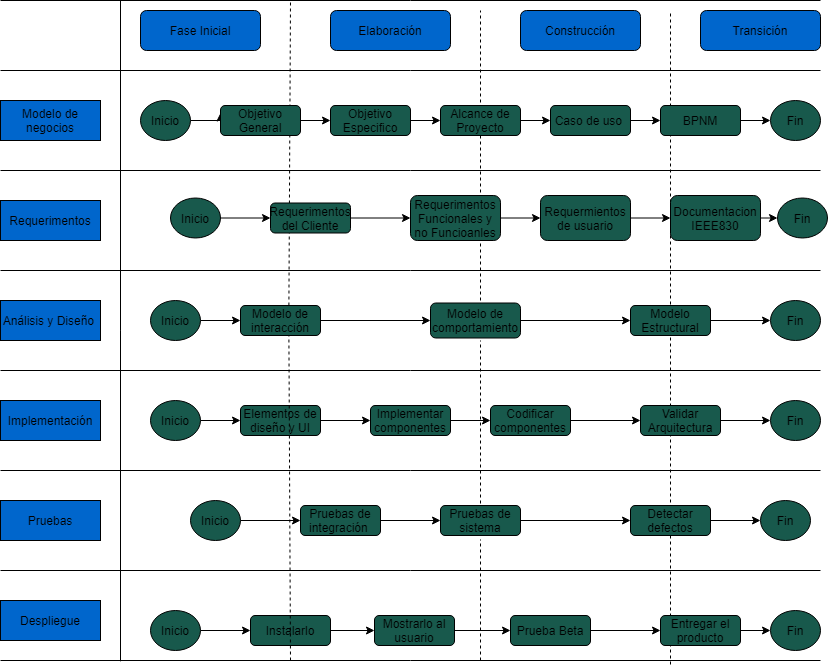
Earlier version of the draw.io export Diagramas/Diagrama2.drawio.png (GuillermoSoria97/Analisis_Avanzado_de_Software). Source tidied: cells renumbered, new cells last; positions are measured from the earlier drawing's top-left corner, leaving out a move shared by most shapes.
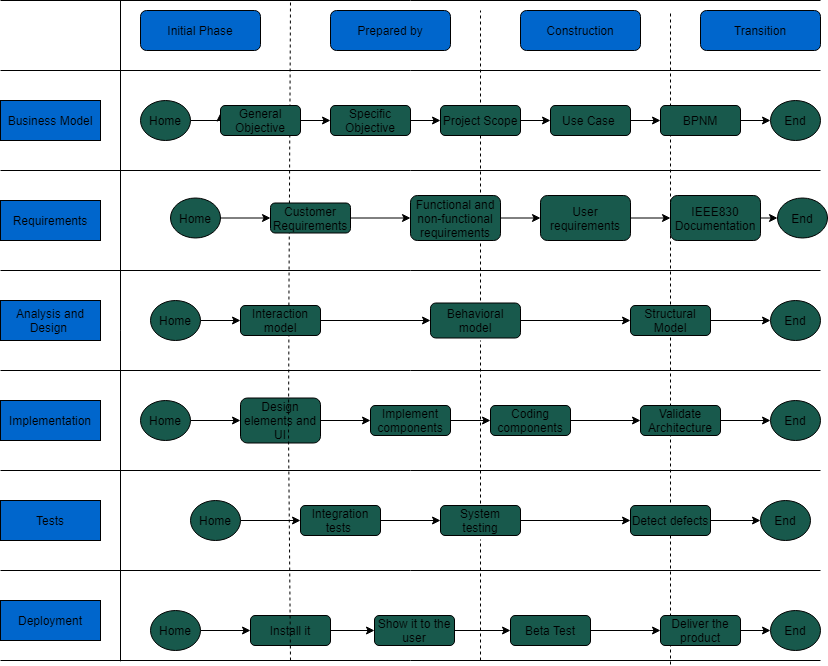
The same file after the commit.

Change to the diagram source:
```diff
@@ -4,30 +4,30 @@
     <mxCell id="1" parent="0" />
-    <mxCell id="2" value="Modelo de negocios" style="rounded=0;whiteSpace=wrap;html=1;fillColor=#0066CC;" parent="1" vertex="1">
+    <mxCell id="2" value="Business Model" style="rounded=0;whiteSpace=wrap;html=1;fillColor=#0066CC;" parent="1" vertex="1">
       <mxGeometry y="100" width="100" height="40" as="geometry" />
     </mxCell>
-    <mxCell id="3" value="Requerimentos" style="rounded=0;whiteSpace=wrap;html=1;fillColor=#0066CC;" parent="1" vertex="1">
+    <mxCell id="3" value="Requirements" style="rounded=0;whiteSpace=wrap;html=1;fillColor=#0066CC;" parent="1" vertex="1">
       <mxGeometry y="200" width="100" height="40" as="geometry" />
     </mxCell>
-    <mxCell id="4" value="Análisis y Diseño&amp;nbsp;" style="rounded=0;whiteSpace=wrap;html=1;fillColor=#0066CC;" parent="1" vertex="1">
+    <mxCell id="4" value="Analysis and Design&amp;nbsp;" style="rounded=0;whiteSpace=wrap;html=1;fillColor=#0066CC;" parent="1" vertex="1">
       <mxGeometry y="300" width="100" height="40" as="geometry" />
     </mxCell>
-    <mxCell id="5" value="Implementación" style="rounded=0;whiteSpace=wrap;html=1;fillColor=#0066CC;" parent="1" vertex="1">
+    <mxCell id="5" value="Implementation" style="rounded=0;whiteSpace=wrap;html=1;fillColor=#0066CC;" parent="1" vertex="1">
       <mxGeometry y="400" width="100" height="40" as="geometry" />
     </mxCell>
-    <mxCell id="6" value="Pruebas" style="rounded=0;whiteSpace=wrap;html=1;fillColor=#0066CC;" parent="1" vertex="1">
+    <mxCell id="6" value="Tests" style="rounded=0;whiteSpace=wrap;html=1;fillColor=#0066CC;" parent="1" vertex="1">
       <mxGeometry y="500" width="100" height="40" as="geometry" />
     </mxCell>
-    <mxCell id="7" value="Despliegue" style="rounded=0;whiteSpace=wrap;html=1;fillColor=#0066CC;" parent="1" vertex="1">
+    <mxCell id="7" value="Deployment" style="rounded=0;whiteSpace=wrap;html=1;fillColor=#0066CC;" parent="1" vertex="1">
       <mxGeometry y="600" width="100" height="40" as="geometry" />
     </mxCell>
-    <mxCell id="8" value="Fase Inicial" style="rounded=1;whiteSpace=wrap;html=1;fillColor=#0066CC;" parent="1" vertex="1">
+    <mxCell id="8" value="Initial Phase" style="rounded=1;whiteSpace=wrap;html=1;fillColor=#0066CC;" parent="1" vertex="1">
       <mxGeometry x="140" y="10" width="120" height="40" as="geometry" />
     </mxCell>
-    <mxCell id="9" value="Elaboración" style="rounded=1;whiteSpace=wrap;html=1;fillColor=#0066CC;" parent="1" vertex="1">
+    <mxCell id="9" value="Prepared by" style="rounded=1;whiteSpace=wrap;html=1;fillColor=#0066CC;" parent="1" vertex="1">
       <mxGeometry x="330" y="10" width="120" height="40" as="geometry" />
     </mxCell>
-    <mxCell id="10" value="Construcción" style="rounded=1;whiteSpace=wrap;html=1;fillColor=#0066CC;" parent="1" vertex="1">
+    <mxCell id="10" value="Construction" style="rounded=1;whiteSpace=wrap;html=1;fillColor=#0066CC;" parent="1" vertex="1">
       <mxGeometry x="520" y="10" width="120" height="40" as="geometry" />
     </mxCell>
-    <mxCell id="11" value="Transición" style="rounded=1;whiteSpace=wrap;html=1;fillColor=#0066CC;" parent="1" vertex="1">
+    <mxCell id="11" value="Transition" style="rounded=1;whiteSpace=wrap;html=1;fillColor=#0066CC;" parent="1" vertex="1">
       <mxGeometry x="700" y="10" width="120" height="40" as="geometry" />
@@ -54,3 +54,3 @@
     </mxCell>
-    <mxCell id="16" value="Inicio" style="ellipse;whiteSpace=wrap;html=1;fillColor=#18594C;" parent="1" vertex="1">
+    <mxCell id="16" value="Home" style="ellipse;whiteSpace=wrap;html=1;fillColor=#18594C;" parent="1" vertex="1">
       <mxGeometry x="140" y="100" width="50" height="40" as="geometry" />
@@ -60,3 +60,3 @@
     </mxCell>
-    <mxCell id="18" value="Objetivo General" style="rounded=1;whiteSpace=wrap;html=1;fillColor=#18594C;" parent="1" vertex="1">
+    <mxCell id="18" value="General Objective" style="rounded=1;whiteSpace=wrap;html=1;fillColor=#18594C;" parent="1" vertex="1">
       <mxGeometry x="220" y="105" width="80" height="30" as="geometry" />
@@ -66,3 +66,3 @@
     </mxCell>
-    <mxCell id="20" value="Objetivo Especifico" style="rounded=1;whiteSpace=wrap;html=1;fillColor=#18594C;" parent="1" vertex="1">
+    <mxCell id="20" value="Specific Objective" style="rounded=1;whiteSpace=wrap;html=1;fillColor=#18594C;" parent="1" vertex="1">
       <mxGeometry x="330" y="105" width="80" height="30" as="geometry" />
@@ -72,3 +72,3 @@
     </mxCell>
-    <mxCell id="22" value="Alcance de Proyecto" style="rounded=1;whiteSpace=wrap;html=1;fillColor=#18594C;" parent="1" vertex="1">
+    <mxCell id="22" value="Project Scope" style="rounded=1;whiteSpace=wrap;html=1;fillColor=#18594C;" parent="1" vertex="1">
       <mxGeometry x="440" y="105" width="80" height="30" as="geometry" />
@@ -78,3 +78,3 @@
     </mxCell>
-    <mxCell id="24" value="Caso de uso&amp;nbsp;" style="rounded=1;whiteSpace=wrap;html=1;fillColor=#18594C;" parent="1" vertex="1">
+    <mxCell id="24" value="Use Case&amp;nbsp;" style="rounded=1;whiteSpace=wrap;html=1;fillColor=#18594C;" parent="1" vertex="1">
       <mxGeometry x="550" y="105" width="80" height="30" as="geometry" />
@@ -87,3 +87,3 @@
     </mxCell>
-    <mxCell id="27" value="Fin" style="ellipse;whiteSpace=wrap;html=1;fillColor=#18594C;" parent="1" vertex="1">
+    <mxCell id="27" value="End" style="ellipse;whiteSpace=wrap;html=1;fillColor=#18594C;" parent="1" vertex="1">
       <mxGeometry x="770" y="100" width="50" height="40" as="geometry" />
@@ -93,3 +93,3 @@
     </mxCell>
-    <mxCell id="29" value="Inicio" style="ellipse;whiteSpace=wrap;html=1;fillColor=#18594C;" parent="1" vertex="1">
+    <mxCell id="29" value="Home" style="ellipse;whiteSpace=wrap;html=1;fillColor=#18594C;" parent="1" vertex="1">
       <mxGeometry x="170" y="197.5" width="50" height="40" as="geometry" />
@@ -99,3 +99,3 @@
     </mxCell>
-    <mxCell id="31" value="Requerimentos del Cliente" style="rounded=1;whiteSpace=wrap;html=1;fillColor=#18594C;" parent="1" vertex="1">
+    <mxCell id="31" value="Customer Requirements" style="rounded=1;whiteSpace=wrap;html=1;fillColor=#18594C;" parent="1" vertex="1">
       <mxGeometry x="270" y="202.5" width="80" height="30" as="geometry" />
@@ -105,6 +105,6 @@
     </mxCell>
-    <mxCell id="33" value="Requerimentos Funcionales y no Funcioanles" style="rounded=1;whiteSpace=wrap;html=1;fillColor=#18594C;" parent="1" vertex="1">
+    <mxCell id="33" value="Functional and non-functional requirements" style="rounded=1;whiteSpace=wrap;html=1;fillColor=#18594C;" parent="1" vertex="1">
       <mxGeometry x="410" y="195" width="90" height="45" as="geometry" />
     </mxCell>
-    <mxCell id="34" value="Fin" style="ellipse;whiteSpace=wrap;html=1;fillColor=#18594C;" parent="1" vertex="1">
+    <mxCell id="34" value="End" style="ellipse;whiteSpace=wrap;html=1;fillColor=#18594C;" parent="1" vertex="1">
       <mxGeometry x="777" y="197.5" width="50" height="40" as="geometry" />
@@ -114,3 +114,3 @@
     </mxCell>
-    <mxCell id="36" value="Inicio" style="ellipse;whiteSpace=wrap;html=1;fillColor=#18594C;" parent="1" vertex="1">
+    <mxCell id="36" value="Home" style="ellipse;whiteSpace=wrap;html=1;fillColor=#18594C;" parent="1" vertex="1">
       <mxGeometry x="150" y="300" width="50" height="40" as="geometry" />
@@ -126,6 +126,6 @@
     </mxCell>
-    <mxCell id="40" value="Modelo Estructural" style="rounded=1;whiteSpace=wrap;html=1;fillColor=#18594C;" parent="1" vertex="1">
+    <mxCell id="40" value="Structural Model" style="rounded=1;whiteSpace=wrap;html=1;fillColor=#18594C;" parent="1" vertex="1">
       <mxGeometry x="630" y="305" width="80" height="30" as="geometry" />
     </mxCell>
-    <mxCell id="41" value="Fin" style="ellipse;whiteSpace=wrap;html=1;fillColor=#18594C;" parent="1" vertex="1">
+    <mxCell id="41" value="End" style="ellipse;whiteSpace=wrap;html=1;fillColor=#18594C;" parent="1" vertex="1">
       <mxGeometry x="770" y="300" width="50" height="40" as="geometry" />
@@ -135,4 +135,4 @@
     </mxCell>
-    <mxCell id="43" value="Inicio" style="ellipse;whiteSpace=wrap;html=1;fillColor=#18594C;" parent="1" vertex="1">
-      <mxGeometry x="150" y="400" width="50" height="40" as="geometry" />
+    <mxCell id="43" value="Home" style="ellipse;whiteSpace=wrap;html=1;fillColor=#18594C;" parent="1" vertex="1">
+      <mxGeometry x="140" y="400" width="50" height="40" as="geometry" />
     </mxCell>
@@ -141,4 +141,4 @@
     </mxCell>
-    <mxCell id="45" value="Elementos de diseño y UI" style="rounded=1;whiteSpace=wrap;html=1;fillColor=#18594C;" parent="1" vertex="1">
-      <mxGeometry x="240" y="405" width="80" height="30" as="geometry" />
+    <mxCell id="45" value="Design elements and UI" style="rounded=1;whiteSpace=wrap;html=1;fillColor=#18594C;" parent="1" vertex="1">
+      <mxGeometry x="240" y="397.5" width="80" height="45" as="geometry" />
     </mxCell>
@@ -147,3 +147,3 @@
     </mxCell>
-    <mxCell id="47" value="Implementar componentes" style="rounded=1;whiteSpace=wrap;html=1;fillColor=#18594C;" parent="1" vertex="1">
+    <mxCell id="47" value="Implement components" style="rounded=1;whiteSpace=wrap;html=1;fillColor=#18594C;" parent="1" vertex="1">
       <mxGeometry x="370" y="405" width="80" height="30" as="geometry" />
@@ -153,3 +153,3 @@
     </mxCell>
-    <mxCell id="49" value="Codificar componentes" style="rounded=1;whiteSpace=wrap;html=1;fillColor=#18594C;" parent="1" vertex="1">
+    <mxCell id="49" value="Coding components" style="rounded=1;whiteSpace=wrap;html=1;fillColor=#18594C;" parent="1" vertex="1">
       <mxGeometry x="490" y="405" width="80" height="30" as="geometry" />
@@ -159,6 +159,6 @@
     </mxCell>
-    <mxCell id="51" value="Validar Arquitectura" style="rounded=1;whiteSpace=wrap;html=1;fillColor=#18594C;" parent="1" vertex="1">
+    <mxCell id="51" value="Validate Architecture" style="rounded=1;whiteSpace=wrap;html=1;fillColor=#18594C;" parent="1" vertex="1">
       <mxGeometry x="640" y="405" width="80" height="30" as="geometry" />
     </mxCell>
-    <mxCell id="52" value="Fin" style="ellipse;whiteSpace=wrap;html=1;fillColor=#18594C;" parent="1" vertex="1">
+    <mxCell id="52" value="End" style="ellipse;whiteSpace=wrap;html=1;fillColor=#18594C;" parent="1" vertex="1">
       <mxGeometry x="770" y="400" width="50" height="40" as="geometry" />
@@ -168,3 +168,3 @@
     </mxCell>
-    <mxCell id="54" value="Inicio" style="ellipse;whiteSpace=wrap;html=1;fillColor=#18594C;" parent="1" vertex="1">
+    <mxCell id="54" value="Home" style="ellipse;whiteSpace=wrap;html=1;fillColor=#18594C;" parent="1" vertex="1">
       <mxGeometry x="190" y="500" width="50" height="40" as="geometry" />
@@ -174,3 +174,3 @@
     </mxCell>
-    <mxCell id="56" value="Pruebas de integración&amp;nbsp;" style="rounded=1;whiteSpace=wrap;html=1;fillColor=#18594C;" parent="1" vertex="1">
+    <mxCell id="56" value="Integration tests&amp;nbsp;" style="rounded=1;whiteSpace=wrap;html=1;fillColor=#18594C;" parent="1" vertex="1">
       <mxGeometry x="300" y="505" width="80" height="30" as="geometry" />
@@ -183,6 +183,6 @@
     </mxCell>
-    <mxCell id="59" value="Detectar defectos" style="rounded=1;whiteSpace=wrap;html=1;fillColor=#18594C;" parent="1" vertex="1">
+    <mxCell id="59" value="Detect defects" style="rounded=1;whiteSpace=wrap;html=1;fillColor=#18594C;" parent="1" vertex="1">
       <mxGeometry x="630" y="505" width="80" height="30" as="geometry" />
     </mxCell>
-    <mxCell id="60" value="Fin" style="ellipse;whiteSpace=wrap;html=1;fillColor=#18594C;" parent="1" vertex="1">
+    <mxCell id="60" value="End" style="ellipse;whiteSpace=wrap;html=1;fillColor=#18594C;" parent="1" vertex="1">
       <mxGeometry x="760" y="500" width="50" height="40" as="geometry" />
@@ -194,3 +194,3 @@
     </mxCell>
-    <mxCell id="62" value="Inicio" style="ellipse;whiteSpace=wrap;html=1;fillColor=#18594C;" parent="1" vertex="1">
+    <mxCell id="62" value="Home" style="ellipse;whiteSpace=wrap;html=1;fillColor=#18594C;" parent="1" vertex="1">
       <mxGeometry x="150" y="610" width="50" height="40" as="geometry" />
@@ -205,3 +205,3 @@
     </mxCell>
-    <mxCell id="65" value="Mostrarlo al usuario" style="rounded=1;whiteSpace=wrap;html=1;fillColor=#18594C;" parent="1" vertex="1">
+    <mxCell id="65" value="Show it to the user" style="rounded=1;whiteSpace=wrap;html=1;fillColor=#18594C;" parent="1" vertex="1">
       <mxGeometry x="374" y="615" width="80" height="30" as="geometry" />
@@ -211,3 +211,3 @@
     </mxCell>
-    <mxCell id="67" value="Prueba Beta" style="rounded=1;whiteSpace=wrap;html=1;fillColor=#18594C;" parent="1" vertex="1">
+    <mxCell id="67" value="Beta Test" style="rounded=1;whiteSpace=wrap;html=1;fillColor=#18594C;" parent="1" vertex="1">
       <mxGeometry x="510" y="615" width="80" height="30" as="geometry" />
@@ -217,6 +217,6 @@
     </mxCell>
-    <mxCell id="69" value="Entregar el producto" style="rounded=1;whiteSpace=wrap;html=1;fillColor=#18594C;" parent="1" vertex="1">
+    <mxCell id="69" value="Deliver the product" style="rounded=1;whiteSpace=wrap;html=1;fillColor=#18594C;" parent="1" vertex="1">
       <mxGeometry x="660" y="615" width="80" height="30" as="geometry" />
     </mxCell>
-    <mxCell id="70" value="Fin" style="ellipse;whiteSpace=wrap;html=1;fillColor=#18594C;" parent="1" vertex="1">
+    <mxCell id="70" value="End" style="ellipse;whiteSpace=wrap;html=1;fillColor=#18594C;" parent="1" vertex="1">
       <mxGeometry x="770" y="610" width="50" height="40" as="geometry" />
@@ -226,3 +226,3 @@
     </mxCell>
-    <mxCell id="72" value="Requermientos de usuario" style="rounded=1;whiteSpace=wrap;html=1;fillColor=#18594C;" parent="1" vertex="1">
+    <mxCell id="72" value="User requirements" style="rounded=1;whiteSpace=wrap;html=1;fillColor=#18594C;" parent="1" vertex="1">
       <mxGeometry x="540" y="195" width="90" height="45" as="geometry" />
@@ -232,6 +232,6 @@
     </mxCell>
-    <mxCell id="74" value="Documentacion IEEE830" style="rounded=1;whiteSpace=wrap;html=1;fillColor=#18594C;" parent="1" vertex="1">
+    <mxCell id="74" value="IEEE830 Documentation" style="rounded=1;whiteSpace=wrap;html=1;fillColor=#18594C;" parent="1" vertex="1">
       <mxGeometry x="670" y="195" width="90" height="45" as="geometry" />
     </mxCell>
-    <mxCell id="75" value="Pruebas de sistema" style="rounded=1;whiteSpace=wrap;html=1;fillColor=#18594C;" parent="1" vertex="1">
+    <mxCell id="75" value="System testing" style="rounded=1;whiteSpace=wrap;html=1;fillColor=#18594C;" parent="1" vertex="1">
       <mxGeometry x="440" y="505" width="80" height="30" as="geometry" />
@@ -262,3 +262,3 @@
     </mxCell>
-    <mxCell id="80" value="Instalarlo" style="rounded=1;whiteSpace=wrap;html=1;fillColor=#18594C;" parent="1" vertex="1">
+    <mxCell id="80" value="Install it" style="rounded=1;whiteSpace=wrap;html=1;fillColor=#18594C;" parent="1" vertex="1">
       <mxGeometry x="250" y="615" width="80" height="30" as="geometry" />
@@ -301,3 +301,3 @@
     </mxCell>
-    <mxCell id="87" value="Modelo de interacción" style="rounded=1;whiteSpace=wrap;html=1;fillColor=#18594C;" parent="1" vertex="1">
+    <mxCell id="87" value="Interaction model" style="rounded=1;whiteSpace=wrap;html=1;fillColor=#18594C;" parent="1" vertex="1">
       <mxGeometry x="240" y="305" width="80" height="30" as="geometry" />
@@ -307,5 +307,8 @@
         <mxPoint x="290" y="660" as="sourcePoint" />
+        <Array as="points">
+          <mxPoint x="288" y="430" />
+        </Array>
       </mxGeometry>
     </mxCell>
-    <mxCell id="89" value="Modelo de comportamiento" style="rounded=1;whiteSpace=wrap;html=1;fillColor=#18594C;" parent="1" vertex="1">
+    <mxCell id="89" value="Behavioral model" style="rounded=1;whiteSpace=wrap;html=1;fillColor=#18594C;" parent="1" vertex="1">
       <mxGeometry x="430" y="302.5" width="90" height="35" as="geometry" />
```
